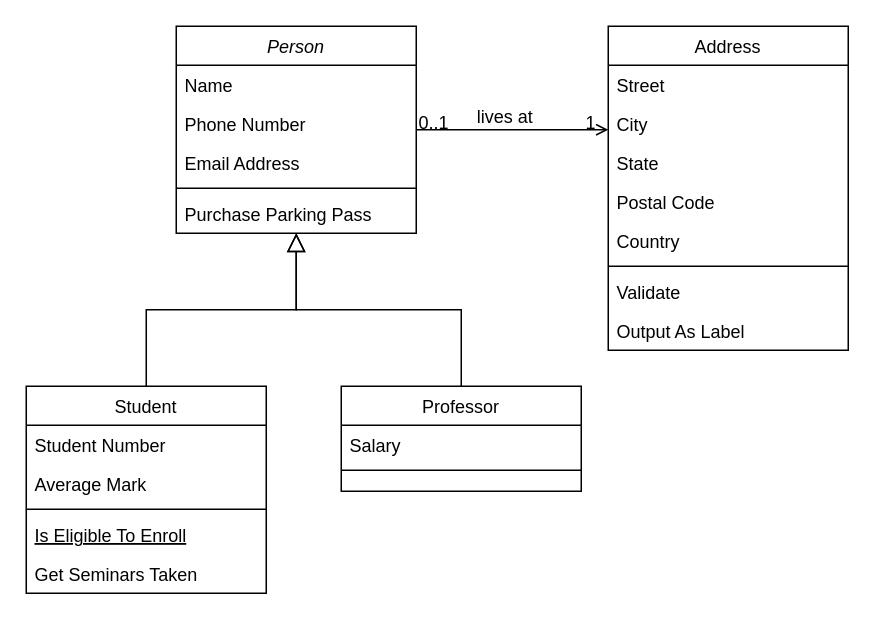
Earlier version of the draw.io diagram Untitled Diagram.drawio (rferrall1738/Inventory). Source tidied: cells renumbered, new cells numbered last; positions are measured from the earlier drawing's top-left corner, leaving out a move shared by most shapes. Both pictures are drawn from the tidied source at 150%, with x=0, y=0 at pixel (26, 26).
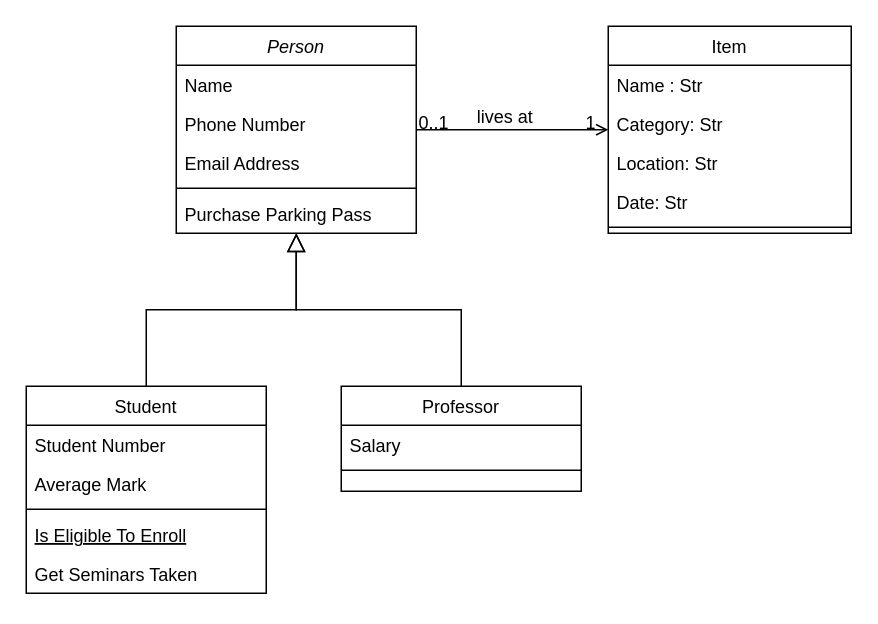
The same page after the edit.

Change to the diagram source:
```diff
@@
-    <mxCell id="19" value="Address" style="swimlane;fontStyle=0;align=center;verticalAlign=top;horizontal=1;startSize=26;rounded=0;shadow=0;strokeWidth=1;" parent="1" vertex="1">
-      <mxGeometry x="388" width="160" height="216" as="geometry" />
+    <mxCell id="19" value="Item" style="swimlane;fontStyle=0;align=center;verticalAlign=top;horizontal=1;startSize=26;rounded=0;shadow=0;strokeWidth=1;" parent="1" vertex="1">
+      <mxGeometry x="388" width="162" height="138" as="geometry" />
     </mxCell>
-    <mxCell id="20" value="Street" style="text;align=left;verticalAlign=top;spacingLeft=4;spacingRight=4;overflow=hidden;" parent="19" vertex="1">
-      <mxGeometry y="26" width="160" height="26" as="geometry" />
+    <mxCell id="20" value="Name : Str" style="text;align=left;verticalAlign=top;spacingLeft=4;spacingRight=4;overflow=hidden;" parent="19" vertex="1">
+      <mxGeometry y="26" width="162" height="26" as="geometry" />
     </mxCell>
-    <mxCell id="21" value="City" style="text;align=left;verticalAlign=top;spacingLeft=4;spacingRight=4;overflow=hidden;rounded=0;shadow=0;html=0;" parent="19" vertex="1">
-      <mxGeometry y="52" width="160" height="26" as="geometry" />
+    <mxCell id="21" value="Category: Str" style="text;align=left;verticalAlign=top;spacingLeft=4;spacingRight=4;overflow=hidden;rounded=0;shadow=0;html=0;" parent="19" vertex="1">
+      <mxGeometry y="52" width="162" height="26" as="geometry" />
     </mxCell>
-    <mxCell id="22" value="State" style="text;align=left;verticalAlign=top;spacingLeft=4;spacingRight=4;overflow=hidden;rounded=0;shadow=0;html=0;" parent="19" vertex="1">
-      <mxGeometry y="78" width="160" height="26" as="geometry" />
+    <mxCell id="22" value="Location: Str" style="text;align=left;verticalAlign=top;spacingLeft=4;spacingRight=4;overflow=hidden;rounded=0;shadow=0;html=0;" parent="19" vertex="1">
+      <mxGeometry y="78" width="162" height="26" as="geometry" />
     </mxCell>
-    <mxCell id="23" value="Postal Code" style="text;align=left;verticalAlign=top;spacingLeft=4;spacingRight=4;overflow=hidden;rounded=0;shadow=0;html=0;" parent="19" vertex="1">
-      <mxGeometry y="104" width="160" height="26" as="geometry" />
+    <mxCell id="23" value="Date: Str" style="text;align=left;verticalAlign=top;spacingLeft=4;spacingRight=4;overflow=hidden;rounded=0;shadow=0;html=0;" parent="19" vertex="1">
+      <mxGeometry y="104" width="162" height="26" as="geometry" />
     </mxCell>
-    <mxCell id="24" value="Country" style="text;align=left;verticalAlign=top;spacingLeft=4;spacingRight=4;overflow=hidden;rounded=0;shadow=0;html=0;" parent="19" vertex="1">
-      <mxGeometry y="130" width="160" height="26" as="geometry" />
-    </mxCell>
     <mxCell id="25" style="line;html=1;strokeWidth=1;align=left;verticalAlign=middle;spacingTop=-1;spacingLeft=3;spacingRight=3;labelPosition=right;" parent="19" vertex="1">
-      <mxGeometry y="156" width="160" height="8" as="geometry" />
+      <mxGeometry y="130" width="162" height="8" as="geometry" />
     </mxCell>
-    <mxCell id="26" value="Validate" style="text;align=left;verticalAlign=top;spacingLeft=4;spacingRight=4;overflow=hidden;" parent="19" vertex="1">
-      <mxGeometry y="164" width="160" height="26" as="geometry" />
-    </mxCell>
-    <mxCell id="27" value="Output As Label" style="text;align=left;verticalAlign=top;spacingLeft=4;spacingRight=4;overflow=hidden;" parent="19" vertex="1">
-      <mxGeometry y="190" width="160" height="26" as="geometry" />
-    </mxCell>
```
